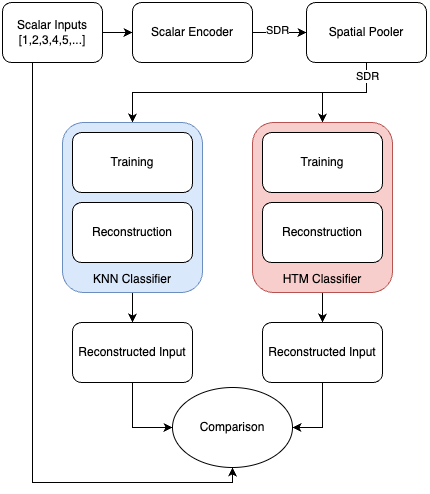
Before: source/Team_Untitled_Files/Documentation/Flowchart_Investigate_Input_Reconstruction_by_using_Classifiers_Team_Untitled.png, a diagram exported from draw.io (prnshubn/neocortexapi-team-untitled). Source tidied: cells renumbered, new cells last; positions are measured from the earlier drawing's top-left corner, leaving out a move shared by most shapes.
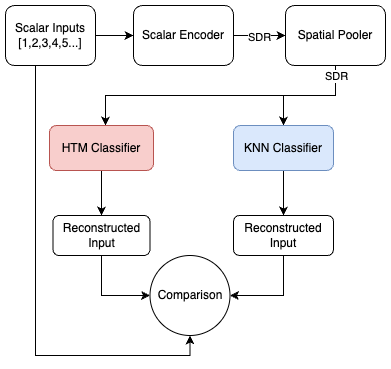
The same diagram one commit later.

What changed in the source:
```diff
@@ -2,84 +2,78 @@
   <root>
     <mxCell id="0" />
     <mxCell id="1" parent="0" />
-    <mxCell id="2" style="edgeStyle=orthogonalEdgeStyle;rounded=0;jettySize=auto;html=1;entryX=0;entryY=0.5;entryDx=0;entryDy=0;" parent="1" edge="1" source="4" target="7">
-      <mxGeometry relative="1" as="geometry" />
-    </mxCell>
-    <mxCell id="3" style="edgeStyle=orthogonalEdgeStyle;rounded=0;jettySize=auto;html=1;" parent="1" edge="1" source="4" target="24">
-      <mxGeometry relative="1" as="geometry">
-        <Array as="points">
-          <mxPoint x="30" y="480" />
-          <mxPoint x="230" y="480" />
-        </Array>
-      </mxGeometry>
-    </mxCell>
-    <mxCell id="4" value="Scalar Inputs&lt;div&gt;[1,2,3,4,5,...]&lt;/div&gt;" style="rounded=1;whiteSpace=wrap;html=1;" parent="1" vertex="1">
-      <mxGeometry width="100" height="60" as="geometry" />
-    </mxCell>
+    <mxCell id="25" style="edgeStyle=orthogonalEdgeStyle;rounded=0;jettySize=auto;html=1;entryX=0;entryY=0.5;entryDx=0;entryDy=0;" parent="1" edge="1" source="27" target="7">
+      <mxGeometry relative="1" as="geometry" />
+    </mxCell>
+    <mxCell id="26" style="edgeStyle=orthogonalEdgeStyle;rounded=0;jettySize=auto;html=1;entryX=0.5;entryY=1;entryDx=0;entryDy=0;" parent="1" edge="1" source="27" target="24">
+      <mxGeometry relative="1" as="geometry">
+        <Array as="points">
+          <mxPoint x="230" y="340" />
+          <mxPoint x="385" y="340" />
+        </Array>
+      </mxGeometry>
+    </mxCell>
+    <mxCell id="27" value="Scalar Inputs&lt;div&gt;[1,2,3,4,5...]&lt;/div&gt;" style="rounded=1;whiteSpace=wrap;html=1;" parent="1" vertex="1">
+      <mxGeometry x="200" y="-10" width="90" height="60" as="geometry" />
+    </mxCell>
-    <mxCell id="5" style="edgeStyle=orthogonalEdgeStyle;rounded=0;jettySize=auto;html=1;" parent="1" edge="1" source="7" target="11">
+    <mxCell id="5" style="edgeStyle=orthogonalEdgeStyle;rounded=0;jettySize=auto;html=1;entryX=0;entryY=0.5;entryDx=0;entryDy=0;" parent="1" edge="1" source="7" target="11">
       <mxGeometry relative="1" as="geometry" />
     </mxCell>
-    <mxCell id="6" value="SDR" style="edgeLabel;html=1;align=center;verticalAlign=middle;" parent="5" vertex="1">
-      <mxGeometry x="-0.07" y="3" relative="1" as="geometry" />
-    </mxCell>
+    <mxCell id="28" value="SDR" style="edgeLabel;html=1;align=center;verticalAlign=middle;" parent="5" vertex="1">
+      <mxGeometry x="-0.02" y="-1" relative="1" as="geometry" />
+    </mxCell>
-    <mxCell id="7" value="Scalar Encoder" style="rounded=1;whiteSpace=wrap;html=1;" parent="1" vertex="1">
-      <mxGeometry x="130" width="120" height="60" as="geometry" />
+    <mxCell id="7" value="Scalar Encoder" style="rounded=1;whiteSpace=wrap;html=1;strokeColor=default;align=center;verticalAlign=middle;fontFamily=Helvetica;fontSize=12;fontColor=default;fillColor=default;" parent="1" vertex="1">
+      <mxGeometry x="328" y="-10" width="100" height="60" as="geometry" />
     </mxCell>
+    <mxCell id="9" style="edgeStyle=orthogonalEdgeStyle;rounded=0;jettySize=auto;html=1;entryX=0.5;entryY=0;entryDx=0;entryDy=0;" parent="1" edge="1" source="11" target="13">
+      <mxGeometry relative="1" as="geometry" />
+    </mxCell>
-    <mxCell id="8" style="edgeStyle=orthogonalEdgeStyle;rounded=0;jettySize=auto;html=1;entryX=0.5;entryY=0;entryDx=0;entryDy=0;" parent="1" edge="1" source="11" target="17">
-      <mxGeometry relative="1" as="geometry" />
+    <mxCell id="8" style="edgeStyle=orthogonalEdgeStyle;rounded=0;jettySize=auto;html=1;" parent="1" edge="1" source="11" target="17">
+      <mxGeometry relative="1" as="geometry">
+        <Array as="points">
+          <mxPoint x="530" y="80" />
+          <mxPoint x="300" y="80" />
+        </Array>
+      </mxGeometry>
     </mxCell>
-    <mxCell id="9" style="edgeStyle=orthogonalEdgeStyle;rounded=0;jettySize=auto;html=1;entryX=0.5;entryY=0;entryDx=0;entryDy=0;" parent="1" edge="1" source="11" target="13">
-      <mxGeometry relative="1" as="geometry">
-        <Array as="points">
-          <mxPoint x="364" y="90" />
-          <mxPoint x="130" y="90" />
-        </Array>
-      </mxGeometry>
-    </mxCell>
-    <mxCell id="10" value="SDR" style="edgeLabel;html=1;align=center;verticalAlign=middle;" parent="9" vertex="1">
-      <mxGeometry x="-0.91" relative="1" as="geometry" />
-    </mxCell>
+    <mxCell id="29" value="SDR" style="edgeLabel;html=1;align=center;verticalAlign=middle;" parent="8" vertex="1">
+      <mxGeometry x="-0.84" y="1" relative="1" as="geometry">
+        <mxPoint x="-1" y="-13" as="offset" />
+      </mxGeometry>
+    </mxCell>
-    <mxCell id="11" value="Spatial Pooler" style="rounded=1;whiteSpace=wrap;html=1;" parent="1" vertex="1">
-      <mxGeometry x="304" width="120" height="60" as="geometry" />
+    <mxCell id="11" value="Spatial Pooler" style="rounded=1;whiteSpace=wrap;html=1;strokeColor=default;align=center;verticalAlign=middle;fontFamily=Helvetica;fontSize=12;fontColor=default;fillColor=default;" parent="1" vertex="1">
+      <mxGeometry x="480" y="-10" width="100" height="60" as="geometry" />
     </mxCell>
-    <mxCell id="12" style="edgeStyle=orthogonalEdgeStyle;rounded=0;jettySize=auto;html=1;entryX=0.5;entryY=0;entryDx=0;entryDy=0;" parent="1" edge="1" source="13" target="21">
-      <mxGeometry relative="1" as="geometry" />
-    </mxCell>
+    <mxCell id="30" style="edgeStyle=orthogonalEdgeStyle;rounded=0;jettySize=auto;html=1;" parent="1" edge="1" source="17" target="33">
+      <mxGeometry relative="1" as="geometry" />
+    </mxCell>
+    <mxCell id="17" value="HTM Classifier" style="rounded=1;whiteSpace=wrap;html=1;fillColor=#f8cecc;strokeColor=#b85450;" parent="1" vertex="1">
+      <mxGeometry x="244" y="110" width="104" height="45" as="geometry" />
+    </mxCell>
+    <mxCell id="31" style="edgeStyle=orthogonalEdgeStyle;rounded=0;jettySize=auto;html=1;entryX=0.5;entryY=0;entryDx=0;entryDy=0;" parent="1" edge="1" source="13" target="35">
+      <mxGeometry relative="1" as="geometry" />
+    </mxCell>
-    <mxCell id="13" value="&lt;div&gt;&lt;br&gt;&lt;/div&gt;&lt;div&gt;&lt;br&gt;&lt;/div&gt;&lt;div&gt;&lt;br&gt;&lt;/div&gt;&lt;div&gt;&lt;br&gt;&lt;/div&gt;&lt;div&gt;&lt;br&gt;&lt;/div&gt;&lt;div&gt;&lt;br&gt;&lt;/div&gt;&lt;div&gt;&lt;br&gt;&lt;/div&gt;&lt;div&gt;&lt;br&gt;&lt;/div&gt;&lt;div&gt;&lt;br&gt;&lt;/div&gt;&lt;div&gt;&lt;br&gt;&lt;/div&gt;&lt;div&gt;KNN Classifier&lt;/div&gt;" style="rounded=1;whiteSpace=wrap;html=1;fillColor=#dae8fc;strokeColor=#6c8ebf;" parent="1" vertex="1">
-      <mxGeometry x="60" y="120" width="140" height="170" as="geometry" />
+    <mxCell id="13" value="KNN Classifier" style="rounded=1;whiteSpace=wrap;html=1;fillColor=#dae8fc;strokeColor=#6c8ebf;" parent="1" vertex="1">
+      <mxGeometry x="428" y="110" width="100" height="45" as="geometry" />
     </mxCell>
-    <mxCell id="14" value="Training" style="rounded=1;whiteSpace=wrap;html=1;" parent="1" vertex="1">
-      <mxGeometry x="70" y="130" width="120" height="60" as="geometry" />
-    </mxCell>
-    <mxCell id="15" value="Reconstruction" style="rounded=1;whiteSpace=wrap;html=1;" parent="1" vertex="1">
-      <mxGeometry x="70" y="200" width="120" height="60" as="geometry" />
-    </mxCell>
-    <mxCell id="16" style="edgeStyle=orthogonalEdgeStyle;rounded=0;jettySize=auto;html=1;entryX=0.5;entryY=0;entryDx=0;entryDy=0;" parent="1" edge="1" source="17" target="23">
-      <mxGeometry relative="1" as="geometry" />
-    </mxCell>
-    <mxCell id="17" value="&lt;div&gt;&lt;br&gt;&lt;/div&gt;&lt;div&gt;&lt;br&gt;&lt;/div&gt;&lt;div&gt;&lt;br&gt;&lt;/div&gt;&lt;div&gt;&lt;br&gt;&lt;/div&gt;&lt;div&gt;&lt;br&gt;&lt;/div&gt;&lt;div&gt;&lt;br&gt;&lt;/div&gt;&lt;div&gt;&lt;br&gt;&lt;/div&gt;&lt;div&gt;&lt;br&gt;&lt;/div&gt;&lt;div&gt;&lt;br&gt;&lt;/div&gt;&lt;div&gt;&lt;br&gt;&lt;/div&gt;&lt;div&gt;HTM Classifier&lt;/div&gt;" style="rounded=1;whiteSpace=wrap;html=1;fillColor=#f8cecc;strokeColor=#b85450;" parent="1" vertex="1">
-      <mxGeometry x="250" y="120" width="140" height="170" as="geometry" />
-    </mxCell>
-    <mxCell id="18" value="Training" style="rounded=1;whiteSpace=wrap;html=1;" parent="1" vertex="1">
-      <mxGeometry x="260" y="130" width="120" height="60" as="geometry" />
-    </mxCell>
-    <mxCell id="19" value="Reconstruction" style="rounded=1;whiteSpace=wrap;html=1;" parent="1" vertex="1">
-      <mxGeometry x="260" y="200" width="120" height="60" as="geometry" />
-    </mxCell>
-    <mxCell id="20" style="edgeStyle=orthogonalEdgeStyle;rounded=0;jettySize=auto;html=1;entryX=0;entryY=0.5;entryDx=0;entryDy=0;" parent="1" edge="1" source="21" target="24">
-      <mxGeometry relative="1" as="geometry" />
-    </mxCell>
-    <mxCell id="21" value="Reconstructed Input" style="rounded=1;whiteSpace=wrap;html=1;" parent="1" vertex="1">
-      <mxGeometry x="70" y="320" width="120" height="60" as="geometry" />
-    </mxCell>
-    <mxCell id="22" style="edgeStyle=orthogonalEdgeStyle;rounded=0;jettySize=auto;html=1;entryX=1;entryY=0.5;entryDx=0;entryDy=0;" parent="1" edge="1" source="23" target="24">
-      <mxGeometry relative="1" as="geometry" />
-    </mxCell>
-    <mxCell id="23" value="Reconstructed Input" style="rounded=1;whiteSpace=wrap;html=1;" parent="1" vertex="1">
-      <mxGeometry x="260" y="320" width="120" height="60" as="geometry" />
-    </mxCell>
+    <mxCell id="32" style="edgeStyle=orthogonalEdgeStyle;rounded=0;jettySize=auto;html=1;entryX=0;entryY=0.5;entryDx=0;entryDy=0;" parent="1" edge="1" source="33" target="24">
+      <mxGeometry relative="1" as="geometry" />
+    </mxCell>
+    <mxCell id="33" value="Reconstructed&lt;div&gt;Input&lt;/div&gt;" style="rounded=1;whiteSpace=wrap;html=1;strokeColor=default;align=center;verticalAlign=middle;fontFamily=Helvetica;fontSize=12;fontColor=default;fillColor=default;" parent="1" vertex="1">
+      <mxGeometry x="247.5" y="200" width="97" height="40" as="geometry" />
+    </mxCell>
+    <mxCell id="34" style="edgeStyle=orthogonalEdgeStyle;rounded=0;jettySize=auto;html=1;entryX=1;entryY=0.5;entryDx=0;entryDy=0;" parent="1" edge="1" source="35" target="24">
+      <mxGeometry relative="1" as="geometry">
+        <Array as="points">
+          <mxPoint x="478" y="280" />
+        </Array>
+      </mxGeometry>
+    </mxCell>
+    <mxCell id="35" value="Reconstructed&lt;div&gt;Input&lt;/div&gt;" style="rounded=1;whiteSpace=wrap;html=1;" parent="1" vertex="1">
+      <mxGeometry x="428" y="200" width="100" height="40" as="geometry" />
+    </mxCell>
     <mxCell id="24" value="Comparison" style="ellipse;whiteSpace=wrap;html=1;" parent="1" vertex="1">
-      <mxGeometry x="170" y="385" width="120" height="80" as="geometry" />
+      <mxGeometry x="344.5" y="240" width="80" height="80" as="geometry" />
     </mxCell>
   </root>
 </mxGraphModel>
```
